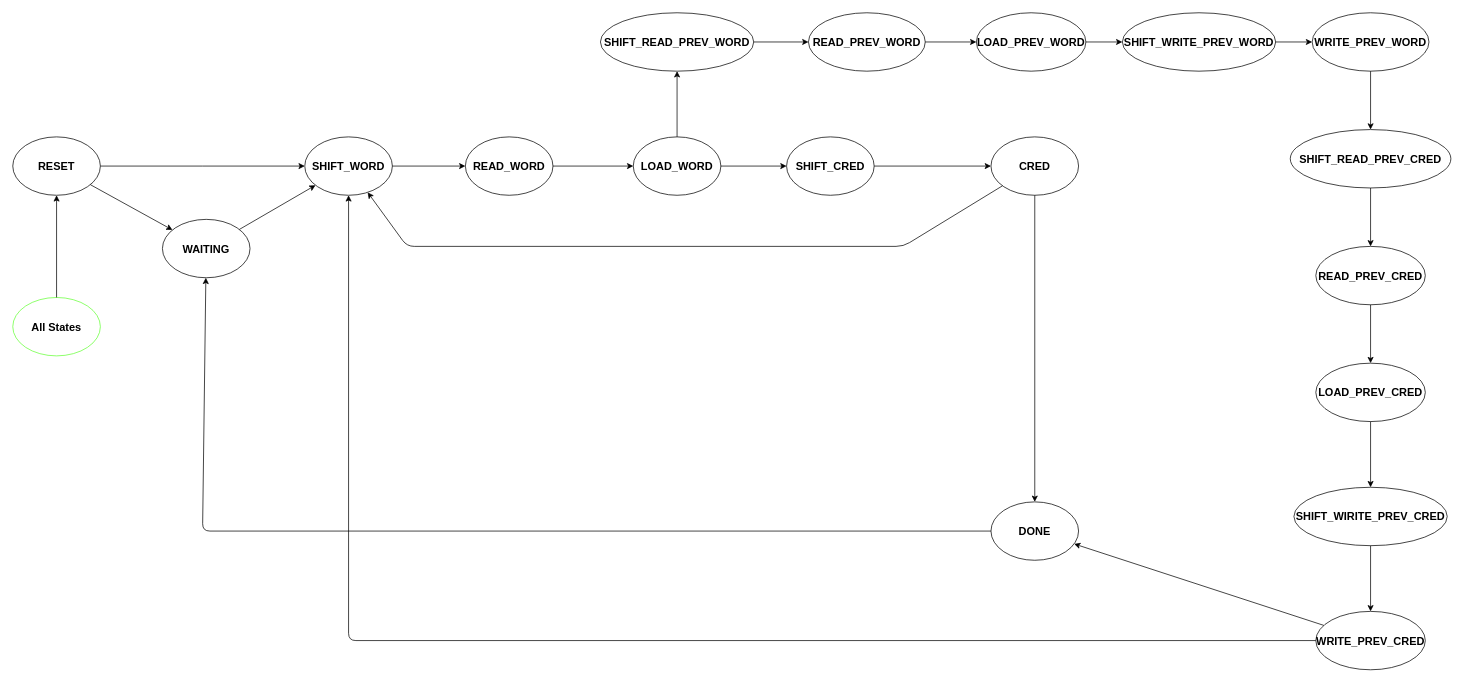
orlandoparise/Progetto-Reti-Logiche-2023-2024 keeps this draw.io diagram as FSM_RL.drawio. Above is the earlier version. Source tidied: cells renumbered, new cells numbered last; positions are measured from the earlier drawing's top-left corner, leaving out a move shared by most shapes. Both pictures are drawn from the tidied source at 73%, with x=0, y=0 at pixel (12, 12).
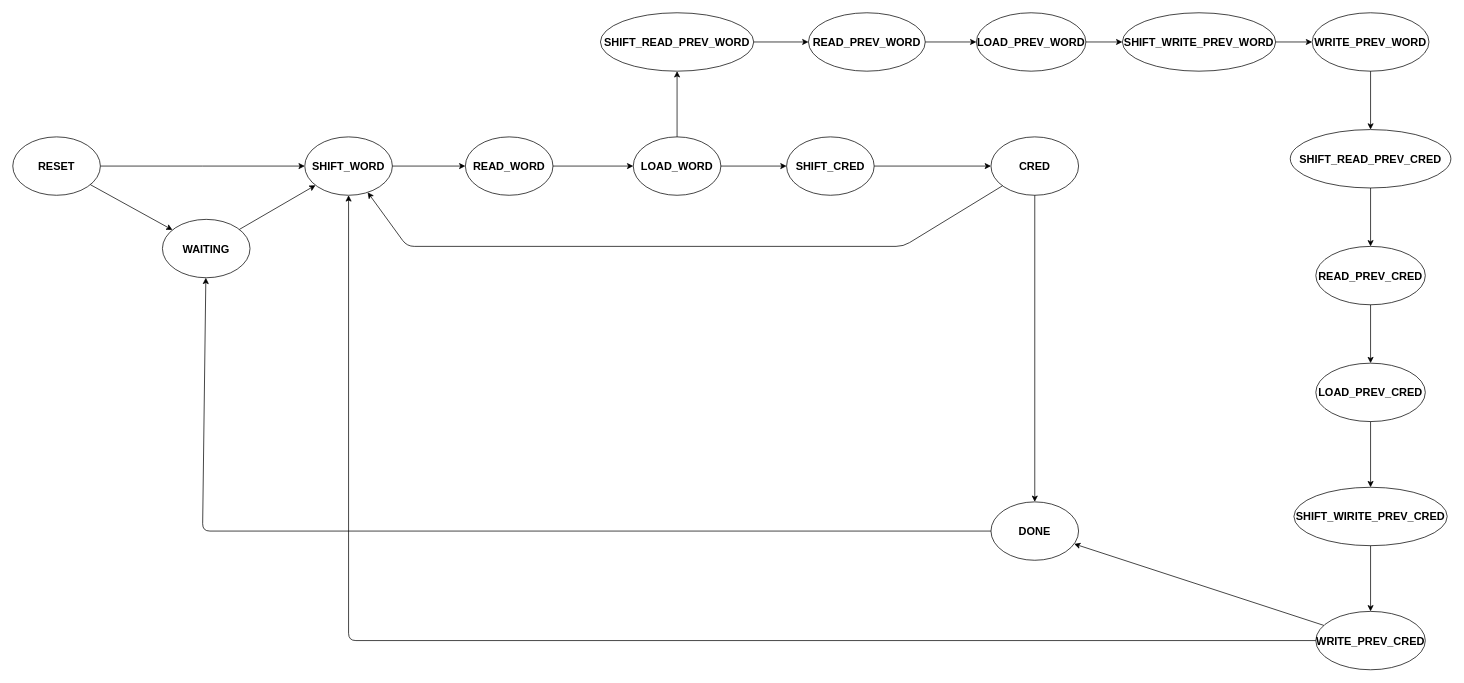
After the change.

Commit message:
removed all states box

The change refers to these unchanged cells:
```xml
<mxCell id="9" value="RESET" style="ellipse;whiteSpace=wrap;html=1;fontStyle=1;fontSize=15;" parent="1" vertex="1">
  <mxGeometry y="170" width="120" height="80" as="geometry" />
</mxCell>
```

What changed in the source:
```diff
@@
-    <mxCell id="11" value="All States" style="ellipse;whiteSpace=wrap;html=1;strokeColor=#65FF36;fontStyle=1;fontSize=15;" parent="1" vertex="1">
-      <mxGeometry y="390" width="120" height="80" as="geometry" />
-    </mxCell>
@@
-    <mxCell id="44" style="endArrow=classic;html=1;fontStyle=1;fontSize=15;" parent="1" edge="1" source="11" target="9">
-      <mxGeometry relative="1" as="geometry" />
-    </mxCell>
```
